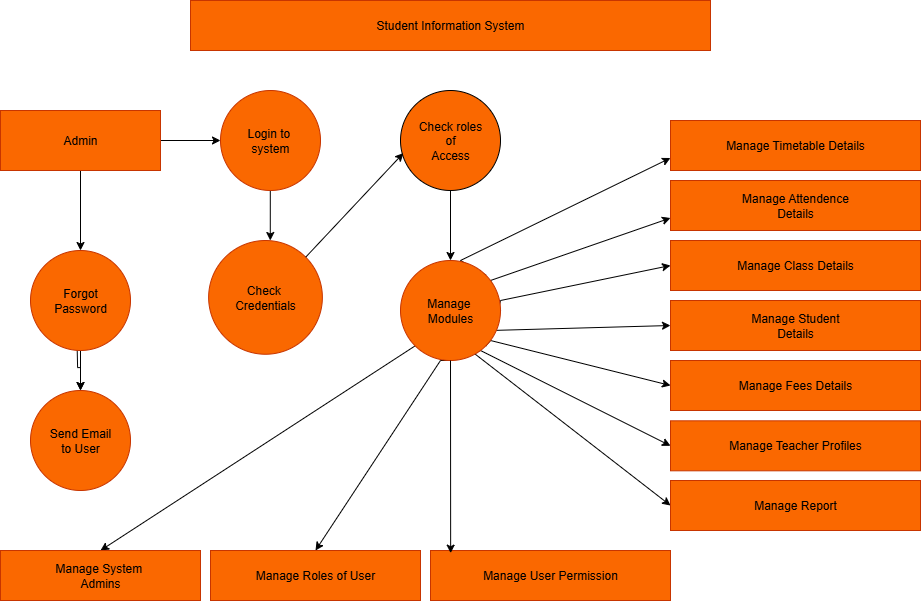
This is student information.drawio.png from HrudayavarshitaN1003/my-first-repo, a draw.io export, as it was before one commit. Source tidied: cells renumbered, new cells last; positions are measured from the earlier drawing's top-left corner, leaving out a move shared by most shapes.
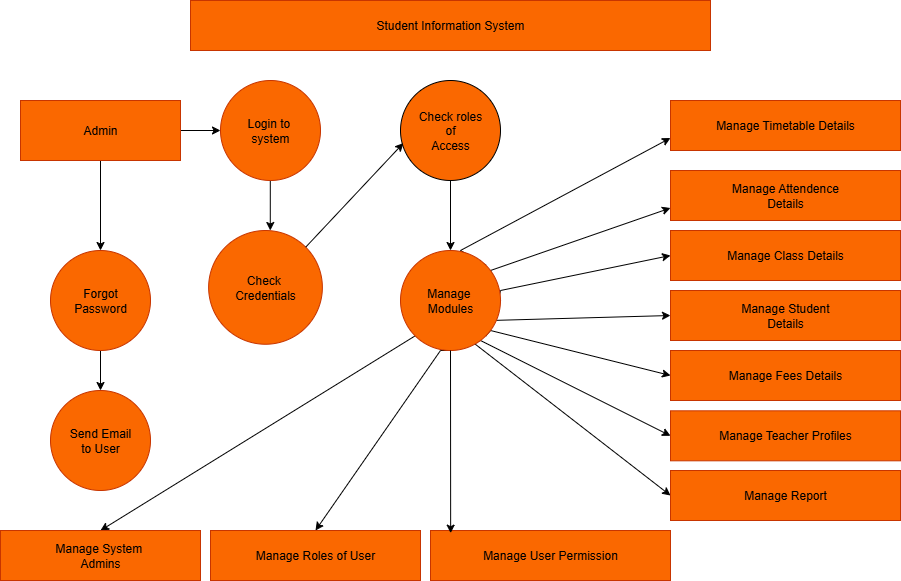
Above is the later version.

What changed in the source:
```diff
@@ -3,7 +3,7 @@
     <mxCell id="0" />
     <mxCell id="1" parent="0" />
     <mxCell id="2" value="Student Information System" style="rounded=0;whiteSpace=wrap;html=1;fillColor=#fa6800;strokeColor=#C73500;fontColor=#000000;" parent="1" vertex="1">
-      <mxGeometry x="190" width="520" height="50" as="geometry" />
+      <mxGeometry x="190" y="10" width="520" height="50" as="geometry" />
     </mxCell>
     <mxCell id="3" style="edgeStyle=orthogonalEdgeStyle;rounded=0;jettySize=auto;html=1;exitX=0.5;exitY=1;exitDx=0;exitDy=0;entryX=0.5;entryY=0;entryDx=0;entryDy=0;strokeColor=light-dark(#000000,#000000);" parent="1" edge="1" source="5" target="34">
       <mxGeometry relative="1" as="geometry" />
@@ -12,7 +12,7 @@
       <mxGeometry relative="1" as="geometry" />
     </mxCell>
     <mxCell id="5" value="Admin" style="rounded=0;whiteSpace=wrap;html=1;fillColor=#fa6800;fontColor=#000000;strokeColor=#C73500;" parent="1" vertex="1">
-      <mxGeometry y="110" width="160" height="60" as="geometry" />
+      <mxGeometry x="20" y="110" width="160" height="60" as="geometry" />
     </mxCell>
     <mxCell id="6" style="edgeStyle=orthogonalEdgeStyle;rounded=0;jettySize=auto;html=1;exitX=0.5;exitY=1;exitDx=0;exitDy=0;strokeColor=light-dark(#000000,#000000);" parent="1" edge="1" source="7">
       <mxGeometry relative="1" as="geometry">
@@ -97,49 +97,44 @@
     <mxCell id="20" value="Manage&amp;nbsp;&lt;div&gt;Modules&lt;/div&gt;" style="ellipse;whiteSpace=wrap;html=1;fillColor=#fa6800;fontColor=#000000;strokeColor=#C73500;" parent="1" vertex="1">
       <mxGeometry x="400" y="260" width="100" height="100" as="geometry" />
     </mxCell>
-    <mxCell id="21" style="edgeStyle=orthogonalEdgeStyle;rounded=0;jettySize=auto;html=1;" parent="1" edge="1" target="22">
-      <mxGeometry relative="1" as="geometry">
-        <mxPoint x="76.6" y="343.1" as="sourcePoint" />
-      </mxGeometry>
-    </mxCell>
     <mxCell id="22" value="Send Email&lt;div&gt;to User&lt;/div&gt;" style="ellipse;whiteSpace=wrap;html=1;fillColor=#fa6800;fontColor=#000000;strokeColor=#C73500;" parent="1" vertex="1">
-      <mxGeometry x="30" y="390" width="100" height="100" as="geometry" />
+      <mxGeometry x="50" y="400" width="100" height="100" as="geometry" />
     </mxCell>
     <mxCell id="23" value="Manage System&amp;nbsp;&lt;div&gt;Admins&lt;/div&gt;" style="rounded=0;whiteSpace=wrap;html=1;fillColor=#fa6800;fontColor=#000000;strokeColor=#C73500;" parent="1" vertex="1">
-      <mxGeometry y="550" width="200" height="50" as="geometry" />
+      <mxGeometry y="540" width="200" height="50" as="geometry" />
     </mxCell>
     <mxCell id="24" value="Manage Timetable Details" style="rounded=0;whiteSpace=wrap;html=1;fillColor=#fa6800;fontColor=#000000;strokeColor=#C73500;" parent="1" vertex="1">
-      <mxGeometry x="670" y="120" width="250" height="50" as="geometry" />
+      <mxGeometry x="670" y="110" width="230" height="50" as="geometry" />
     </mxCell>
     <mxCell id="25" value="Manage Attendence&lt;div&gt;Details&lt;/div&gt;" style="rounded=0;whiteSpace=wrap;html=1;fillColor=#fa6800;fontColor=#000000;strokeColor=#C73500;" parent="1" vertex="1">
-      <mxGeometry x="670" y="180" width="250" height="50" as="geometry" />
+      <mxGeometry x="670" y="180" width="230" height="50" as="geometry" />
     </mxCell>
     <mxCell id="26" value="Manage Class Details" style="rounded=0;whiteSpace=wrap;html=1;fillColor=#fa6800;fontColor=#000000;strokeColor=#C73500;" parent="1" vertex="1">
-      <mxGeometry x="670" y="240" width="250" height="50" as="geometry" />
+      <mxGeometry x="670" y="240" width="230" height="50" as="geometry" />
     </mxCell>
     <mxCell id="27" value="Manage Student&lt;div&gt;Details&lt;/div&gt;" style="rounded=0;whiteSpace=wrap;html=1;fillColor=#fa6800;fontColor=#000000;strokeColor=#C73500;" parent="1" vertex="1">
-      <mxGeometry x="670" y="300" width="250" height="50" as="geometry" />
+      <mxGeometry x="670" y="300" width="230" height="50" as="geometry" />
     </mxCell>
     <mxCell id="28" value="Manage Fees Details" style="rounded=0;whiteSpace=wrap;html=1;fillColor=#fa6800;fontColor=#000000;strokeColor=#C73500;" parent="1" vertex="1">
-      <mxGeometry x="670" y="360" width="250" height="50" as="geometry" />
+      <mxGeometry x="670" y="360" width="230" height="50" as="geometry" />
     </mxCell>
     <mxCell id="29" value="Manage Teacher Profiles" style="rounded=0;whiteSpace=wrap;html=1;fillColor=#fa6800;fontColor=#000000;strokeColor=#C73500;" parent="1" vertex="1">
-      <mxGeometry x="670" y="420.3" width="250" height="50" as="geometry" />
+      <mxGeometry x="670" y="420.3" width="230" height="50" as="geometry" />
     </mxCell>
     <mxCell id="30" value="Manage Report" style="rounded=0;whiteSpace=wrap;html=1;fillColor=#fa6800;fontColor=#000000;strokeColor=#C73500;" parent="1" vertex="1">
-      <mxGeometry x="670" y="480" width="250" height="50" as="geometry" />
+      <mxGeometry x="670" y="480" width="230" height="50" as="geometry" />
     </mxCell>
     <mxCell id="31" value="Manage User&amp;nbsp;&lt;span style=&quot;background-color: transparent; color: light-dark(rgb(0, 0, 0), rgb(237, 237, 237));&quot;&gt;Permission&lt;/span&gt;" style="rounded=0;whiteSpace=wrap;html=1;fillColor=#fa6800;fontColor=#000000;strokeColor=#C73500;" parent="1" vertex="1">
-      <mxGeometry x="430" y="550" width="240" height="50" as="geometry" />
+      <mxGeometry x="430" y="540" width="240" height="50" as="geometry" />
     </mxCell>
     <mxCell id="32" value="Manage Roles of User" style="rounded=0;whiteSpace=wrap;html=1;fillColor=#fa6800;fontColor=#000000;strokeColor=#C73500;" parent="1" vertex="1">
-      <mxGeometry x="210" y="550" width="210" height="50" as="geometry" />
+      <mxGeometry x="210" y="540" width="210" height="50" as="geometry" />
     </mxCell>
-    <mxCell id="33" style="edgeStyle=orthogonalEdgeStyle;rounded=0;jettySize=auto;html=1;exitX=0.5;exitY=1;exitDx=0;exitDy=0;entryX=0.5;entryY=0;entryDx=0;entryDy=0;strokeColor=light-dark(#000000,#000000);" parent="1" edge="1" source="34" target="22">
+    <mxCell id="33" style="edgeStyle=none;rounded=0;jettySize=auto;html=1;exitX=0.5;exitY=1;exitDx=0;exitDy=0;strokeColor=light-dark(#000000,#000000);" parent="1" edge="1" source="34" target="22">
       <mxGeometry relative="1" as="geometry" />
     </mxCell>
     <mxCell id="34" value="Forgot&lt;div&gt;Password&lt;/div&gt;" style="ellipse;whiteSpace=wrap;html=1;fillColor=#fa6800;fontColor=#000000;strokeColor=#C73500;" parent="1" vertex="1">
-      <mxGeometry x="30" y="250" width="100" height="100" as="geometry" />
+      <mxGeometry x="50" y="260" width="100" height="100" as="geometry" />
     </mxCell>
     <mxCell id="35" style="edgeStyle=none;rounded=0;jettySize=auto;html=1;exitX=0.5;exitY=1;exitDx=0;exitDy=0;entryX=0.084;entryY=0.053;entryDx=0;entryDy=0;entryPerimeter=0;strokeColor=light-dark(#000000,#000000);" parent="1" edge="1" source="20" target="31">
       <mxGeometry relative="1" as="geometry" />
```
